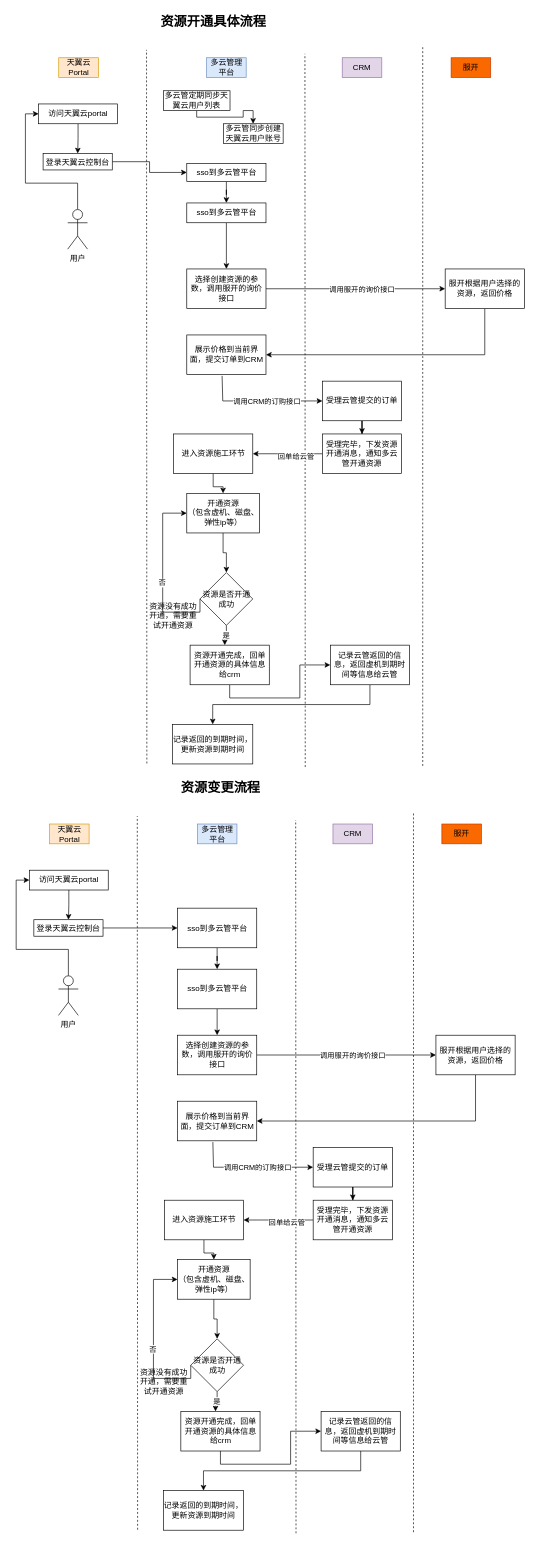
Before: CTyun-bak.drawio in link-yuml/diagrams, a draw.io diagram. Source tidied: cells renumbered, new cells numbered last; positions are measured from the earlier drawing's top-left corner, leaving out a move shared by most shapes. Both pictures are drawn from the tidied source at 66%, with x=0, y=0 at pixel (16, 11).
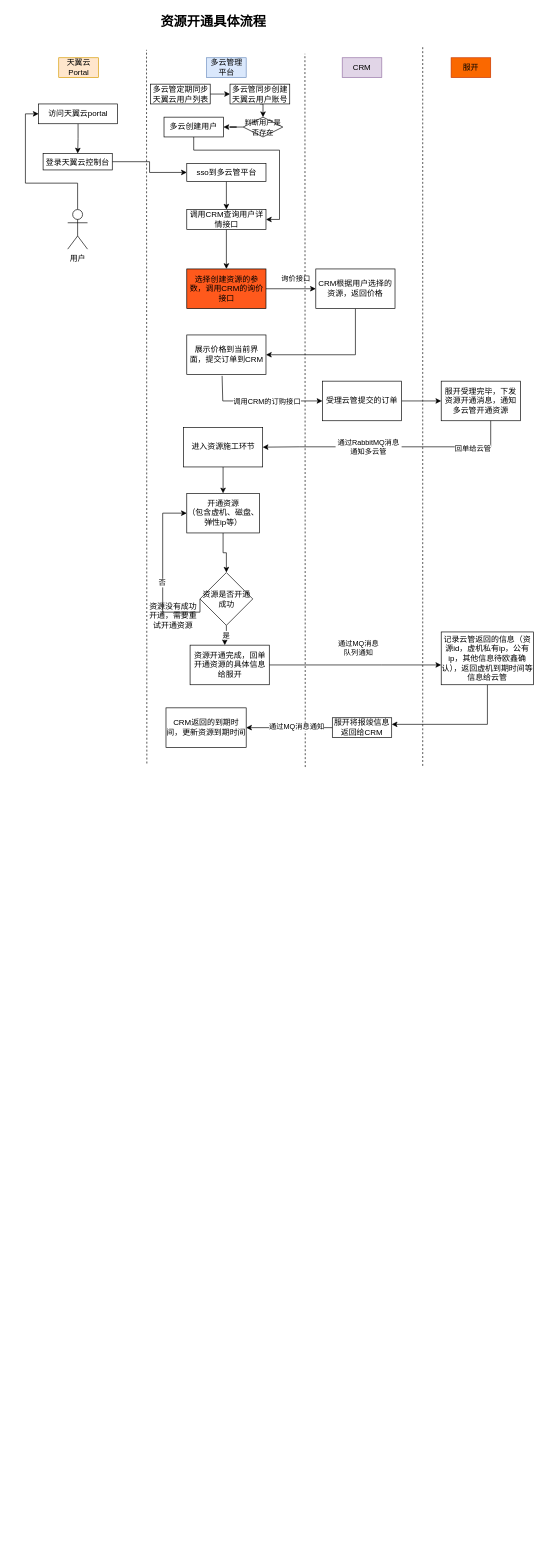
After the change.

The change refers to these unchanged cells:
```xml
<mxCell id="17" style="edgeStyle=orthogonalEdgeStyle;rounded=0;jettySize=auto;html=1;" parent="1" edge="1" source="19" target="27">
  <mxGeometry relative="1" as="geometry" />
</mxCell>
```

Diff of the diagram source:
```diff
@@
-    <mxCell id="16" value="sso到多云管平台" style="rounded=0;whiteSpace=wrap;html=1;" parent="1" vertex="1">
-      <mxGeometry x="258.5" y="290" width="120" height="30" as="geometry" />
+    <mxCell id="16" value="调用CRM查询用户详情接口" style="rounded=0;whiteSpace=wrap;html=1;" parent="1" vertex="1">
+      <mxGeometry x="258.5" y="300" width="120" height="30" as="geometry" />
     </mxCell>
@@
-    <mxCell id="18" value="调用服开的询价接口" style="edgeLabel;html=1;align=center;verticalAlign=middle;" parent="17" vertex="1">
-      <mxGeometry x="-0.21" relative="1" as="geometry">
-        <mxPoint x="38" as="offset" />
-      </mxGeometry>
-    </mxCell>
-    <mxCell id="19" value="选择创建资源的参数，调用服开的询价接口" style="rounded=0;whiteSpace=wrap;html=1;" parent="1" vertex="1">
+    <mxCell id="19" value="选择创建资源的参数，调用CRM的询价接口" style="rounded=0;whiteSpace=wrap;html=1;fillColor=#FF591C;" parent="1" vertex="1">
       <mxGeometry x="258.5" y="390" width="120" height="60" as="geometry" />
     </mxCell>
@@
-    <mxCell id="27" value="服开根据用户选择的资源，返回价格" style="rounded=0;whiteSpace=wrap;html=1;" parent="1" vertex="1">
-      <mxGeometry x="650" y="390" width="120" height="60" as="geometry" />
+    <mxCell id="27" value="CRM根据用户选择的资源，返回价格" style="rounded=0;whiteSpace=wrap;html=1;" parent="1" vertex="1">
+      <mxGeometry x="454" y="390" width="120" height="60" as="geometry" />
     </mxCell>
@@
-    <mxCell id="30" style="edgeStyle=orthogonalEdgeStyle;rounded=0;jettySize=auto;html=1;entryX=1;entryY=0.5;entryDx=0;entryDy=0;" parent="1" edge="1" source="32" target="34">
+    <mxCell id="30" style="edgeStyle=orthogonalEdgeStyle;rounded=0;jettySize=auto;html=1;entryX=1;entryY=0.5;entryDx=0;entryDy=0;startArrow=none;" parent="1" edge="1" source="103" target="34">
       <mxGeometry relative="1" as="geometry" />
     </mxCell>
-    <mxCell id="31" value="回单给云管" style="edgeLabel;html=1;align=center;verticalAlign=middle;" parent="30" vertex="1">
-      <mxGeometry x="-0.23" y="3" relative="1" as="geometry" />
-    </mxCell>
-    <mxCell id="32" value="受理完毕，下发资源开通消息，通知多云管开通资源" style="rounded=0;whiteSpace=wrap;html=1;" parent="1" vertex="1">
-      <mxGeometry x="464" y="640" width="120" height="60" as="geometry" />
+    <mxCell id="32" value="服开受理完毕，下发资源开通消息，通知多云管开通资源" style="rounded=0;whiteSpace=wrap;html=1;" parent="1" vertex="1">
+      <mxGeometry x="644" y="560" width="120" height="60" as="geometry" />
     </mxCell>
@@
     <mxCell id="34" value="进入资源施工环节" style="rounded=0;whiteSpace=wrap;html=1;" parent="1" vertex="1">
-      <mxGeometry x="238.5" y="640" width="120" height="60" as="geometry" />
+      <mxGeometry x="253.5" y="630" width="120" height="60" as="geometry" />
     </mxCell>
@@
-    <mxCell id="37" style="edgeStyle=orthogonalEdgeStyle;rounded=0;jettySize=auto;html=1;exitX=0.5;exitY=1;exitDx=0;exitDy=0;" parent="1" edge="1" source="38" target="46">
-      <mxGeometry relative="1" as="geometry" />
+    <mxCell id="37" style="edgeStyle=orthogonalEdgeStyle;rounded=0;jettySize=auto;html=1;exitX=1;exitY=0.5;exitDx=0;exitDy=0;" parent="1" edge="1" source="38" target="46">
+      <mxGeometry relative="1" as="geometry">
+        <Array as="points">
+          <mxPoint x="554" y="990" />
+          <mxPoint x="554" y="990" />
+        </Array>
+      </mxGeometry>
     </mxCell>
-    <mxCell id="38" value="资源开通完成，回单开通资源的具体信息&lt;br&gt;给crm" style="rounded=0;whiteSpace=wrap;html=1;" parent="1" vertex="1">
+    <mxCell id="38" value="资源开通完成，回单开通资源的具体信息&lt;br&gt;给服开" style="rounded=0;whiteSpace=wrap;html=1;" parent="1" vertex="1">
       <mxGeometry x="263.5" y="960" width="120" height="60" as="geometry" />
     </mxCell>
@@
-    <mxCell id="45" style="edgeStyle=orthogonalEdgeStyle;rounded=0;jettySize=auto;html=1;exitX=0.5;exitY=1;exitDx=0;exitDy=0;" parent="1" edge="1" source="46" target="47">
-      <mxGeometry relative="1" as="geometry" />
-    </mxCell>
+    <mxCell id="97" style="edgeStyle=orthogonalEdgeStyle;rounded=0;jettySize=auto;html=1;fontSize=11;" parent="1" edge="1" source="46" target="108">
+      <mxGeometry relative="1" as="geometry">
+        <Array as="points">
+          <mxPoint x="714" y="1080" />
+        </Array>
+      </mxGeometry>
+    </mxCell>
-    <mxCell id="46" value="记录云管返回的信息，返回虚机到期时间等信息给云管" style="rounded=0;whiteSpace=wrap;html=1;" parent="1" vertex="1">
-      <mxGeometry x="476" y="960" width="120" height="60" as="geometry" />
+    <mxCell id="46" value="记录云管返回的信息（资源id，虚机私有ip，公有ip，其他信息待欧鑫确认），返回虚机到期时间等信息给云管" style="rounded=0;whiteSpace=wrap;html=1;" parent="1" vertex="1">
+      <mxGeometry x="644" y="940" width="140" height="80" as="geometry" />
     </mxCell>
-    <mxCell id="47" value="记录返回的到期时间，更新资源到期时间" style="rounded=0;whiteSpace=wrap;html=1;" parent="1" vertex="1">
-      <mxGeometry x="237" y="1080" width="121.5" height="60" as="geometry" />
+    <mxCell id="47" value="CRM返回的到期时间，更新资源到期时间" style="rounded=0;whiteSpace=wrap;html=1;" parent="1" vertex="1">
+      <mxGeometry x="227" y="1055" width="121.5" height="60" as="geometry" />
     </mxCell>
-    <mxCell id="48" style="endArrow=none;dashed=1;html=1;rounded=0;" parent="1" edge="1">
-      <mxGeometry relative="1" as="geometry">
-        <mxPoint x="184" y="2300.3" as="sourcePoint" />
-        <mxPoint x="183.5" y="1219" as="targetPoint" />
-      </mxGeometry>
-    </mxCell>
-    <mxCell id="49" style="endArrow=none;dashed=1;html=1;rounded=0;" parent="1" edge="1">
-      <mxGeometry relative="1" as="geometry">
-        <mxPoint x="424" y="2305.7" as="sourcePoint" />
-        <mxPoint x="423.5" y="1225" as="targetPoint" />
-      </mxGeometry>
-    </mxCell>
-    <mxCell id="50" value="天翼云Portal" style="text;html=1;strokeColor=#d79b00;fillColor=#ffe6cc;align=center;verticalAlign=middle;whiteSpace=wrap;rounded=0;" parent="1" vertex="1">
-      <mxGeometry x="50.5" y="1231" width="60" height="30" as="geometry" />
-    </mxCell>
-    <mxCell id="51" value="多云管理平台" style="text;html=1;strokeColor=#6c8ebf;fillColor=#dae8fc;align=center;verticalAlign=middle;whiteSpace=wrap;rounded=0;" parent="1" vertex="1">
-      <mxGeometry x="274.5" y="1231" width="60" height="30" as="geometry" />
-    </mxCell>
-    <mxCell id="52" value="&lt;b&gt;&lt;font style=&quot;font-size: 20px&quot;&gt;资源变更流程&lt;/font&gt;&lt;/b&gt;" style="text;html=1;strokeColor=none;fillColor=none;align=center;verticalAlign=middle;whiteSpace=wrap;rounded=0;" parent="1" vertex="1">
-      <mxGeometry x="214.5" y="1160" width="190" height="30" as="geometry" />
-    </mxCell>
-    <mxCell id="53" style="edgeStyle=orthogonalEdgeStyle;rounded=0;jettySize=auto;html=1;entryX=0;entryY=0.5;entryDx=0;entryDy=0;" parent="1" edge="1" source="54" target="56">
-      <mxGeometry relative="1" as="geometry">
-        <Array as="points">
-          <mxPoint x="79" y="1421" />
-          <mxPoint y="1421" />
-          <mxPoint y="1316" />
-        </Array>
-      </mxGeometry>
-    </mxCell>
-    <mxCell id="54" value="用户" style="shape=umlActor;verticalLabelPosition=bottom;verticalAlign=top;html=1;outlineConnect=0;" parent="1" vertex="1">
-      <mxGeometry x="64.1" y="1461" width="30" height="60" as="geometry" />
-    </mxCell>
-    <mxCell id="55" style="edgeStyle=orthogonalEdgeStyle;rounded=0;jettySize=auto;html=1;" parent="1" edge="1" source="56" target="58">
-      <mxGeometry relative="1" as="geometry" />
-    </mxCell>
-    <mxCell id="56" value="&lt;div&gt;&lt;span&gt;访问天翼云portal&lt;/span&gt;&lt;/div&gt;" style="whiteSpace=wrap;html=1;verticalAlign=top;align=center;" parent="1" vertex="1">
-      <mxGeometry x="20" y="1301" width="119.5" height="30" as="geometry" />
-    </mxCell>
-    <mxCell id="57" style="edgeStyle=orthogonalEdgeStyle;rounded=0;jettySize=auto;html=1;entryX=0;entryY=0.5;entryDx=0;entryDy=0;" parent="1" edge="1" source="58" target="60">
-      <mxGeometry relative="1" as="geometry" />
-    </mxCell>
-    <mxCell id="58" value="登录天翼云控制台" style="whiteSpace=wrap;html=1;verticalAlign=top;align=center;" parent="1" vertex="1">
-      <mxGeometry x="26.8" y="1376" width="104.8" height="25" as="geometry" />
-    </mxCell>
-    <mxCell id="59" style="edgeStyle=orthogonalEdgeStyle;rounded=0;jettySize=auto;html=1;" parent="1" edge="1" source="60" target="62">
-      <mxGeometry relative="1" as="geometry" />
-    </mxCell>
-    <mxCell id="60" value="sso到多云管平台" style="rounded=0;whiteSpace=wrap;html=1;" parent="1" vertex="1">
-      <mxGeometry x="244.5" y="1358.5" width="120" height="60" as="geometry" />
-    </mxCell>
-    <mxCell id="61" style="edgeStyle=orthogonalEdgeStyle;rounded=0;jettySize=auto;html=1;" parent="1" edge="1" source="62" target="65">
-      <mxGeometry relative="1" as="geometry" />
-    </mxCell>
-    <mxCell id="62" value="sso到多云管平台" style="rounded=0;whiteSpace=wrap;html=1;" parent="1" vertex="1">
-      <mxGeometry x="244.5" y="1451" width="120" height="60" as="geometry" />
-    </mxCell>
-    <mxCell id="63" style="edgeStyle=orthogonalEdgeStyle;rounded=0;jettySize=auto;html=1;" parent="1" edge="1" source="65" target="73">
-      <mxGeometry relative="1" as="geometry" />
-    </mxCell>
-    <mxCell id="64" value="调用服开的询价接口" style="edgeLabel;html=1;align=center;verticalAlign=middle;" parent="63" vertex="1">
-      <mxGeometry x="-0.21" relative="1" as="geometry">
-        <mxPoint x="38" as="offset" />
-      </mxGeometry>
-    </mxCell>
-    <mxCell id="65" value="选择创建资源的参数，调用服开的询价接口" style="rounded=0;whiteSpace=wrap;html=1;" parent="1" vertex="1">
-      <mxGeometry x="244.5" y="1551" width="120" height="60" as="geometry" />
-    </mxCell>
-    <mxCell id="66" value="CRM" style="text;html=1;strokeColor=#9673a6;fillColor=#e1d5e7;align=center;verticalAlign=middle;whiteSpace=wrap;rounded=0;" parent="1" vertex="1">
-      <mxGeometry x="480" y="1231" width="60" height="30" as="geometry" />
-    </mxCell>
-    <mxCell id="67" value="服开" style="text;html=1;strokeColor=#C73500;fillColor=#fa6800;align=center;verticalAlign=middle;whiteSpace=wrap;rounded=0;fontColor=#000000;" parent="1" vertex="1">
-      <mxGeometry x="645" y="1231" width="60" height="30" as="geometry" />
-    </mxCell>
-    <mxCell id="68" style="endArrow=none;dashed=1;html=1;rounded=0;" parent="1" edge="1">
-      <mxGeometry relative="1" as="geometry">
-        <mxPoint x="602" y="2304" as="sourcePoint" />
-        <mxPoint x="602" y="1214" as="targetPoint" />
-      </mxGeometry>
-    </mxCell>
-    <mxCell id="69" style="edgeStyle=orthogonalEdgeStyle;rounded=0;jettySize=auto;html=1;entryX=0;entryY=0.5;entryDx=0;entryDy=0;exitX=0.446;exitY=1.033;exitDx=0;exitDy=0;exitPerimeter=0;" parent="1" edge="1" source="71" target="75">
-      <mxGeometry relative="1" as="geometry">
-        <Array as="points">
-          <mxPoint x="299" y="1751" />
-        </Array>
-      </mxGeometry>
-    </mxCell>
-    <mxCell id="70" value="调用CRM的订购接口" style="edgeLabel;html=1;align=center;verticalAlign=middle;" parent="69" vertex="1">
-      <mxGeometry x="-0.04" y="-2" relative="1" as="geometry">
-        <mxPoint x="14" y="-2" as="offset" />
-      </mxGeometry>
-    </mxCell>
-    <mxCell id="71" value="展示价格到当前界面，提交订单到CRM" style="rounded=0;whiteSpace=wrap;html=1;" parent="1" vertex="1">
-      <mxGeometry x="244.5" y="1651" width="120" height="60" as="geometry" />
-    </mxCell>
-    <mxCell id="72" style="edgeStyle=orthogonalEdgeStyle;rounded=0;jettySize=auto;html=1;entryX=1;entryY=0.5;entryDx=0;entryDy=0;exitX=0.5;exitY=1;exitDx=0;exitDy=0;" parent="1" edge="1" source="73" target="71">
-      <mxGeometry relative="1" as="geometry" />
-    </mxCell>
-    <mxCell id="73" value="服开根据用户选择的资源，返回价格" style="rounded=0;whiteSpace=wrap;html=1;" parent="1" vertex="1">
-      <mxGeometry x="636" y="1551" width="120" height="60" as="geometry" />
-    </mxCell>
-    <mxCell id="74" style="edgeStyle=orthogonalEdgeStyle;rounded=0;jettySize=auto;html=1;" parent="1" edge="1" source="75" target="78">
-      <mxGeometry relative="1" as="geometry" />
-    </mxCell>
-    <mxCell id="75" value="受理云管提交的订单" style="rounded=0;whiteSpace=wrap;html=1;" parent="1" vertex="1">
-      <mxGeometry x="450" y="1721" width="120" height="60" as="geometry" />
-    </mxCell>
-    <mxCell id="76" style="edgeStyle=orthogonalEdgeStyle;rounded=0;jettySize=auto;html=1;entryX=1;entryY=0.5;entryDx=0;entryDy=0;" parent="1" edge="1" source="78" target="80">
-      <mxGeometry relative="1" as="geometry" />
-    </mxCell>
-    <mxCell id="77" value="回单给云管" style="edgeLabel;html=1;align=center;verticalAlign=middle;" parent="76" vertex="1">
-      <mxGeometry x="-0.23" y="3" relative="1" as="geometry" />
-    </mxCell>
-    <mxCell id="78" value="受理完毕，下发资源开通消息，通知多云管开通资源" style="rounded=0;whiteSpace=wrap;html=1;" parent="1" vertex="1">
-      <mxGeometry x="450" y="1801" width="120" height="60" as="geometry" />
-    </mxCell>
-    <mxCell id="79" style="edgeStyle=orthogonalEdgeStyle;rounded=0;jettySize=auto;html=1;entryX=0.5;entryY=0;entryDx=0;entryDy=0;" parent="1" edge="1" source="80" target="82">
-      <mxGeometry relative="1" as="geometry" />
-    </mxCell>
-    <mxCell id="80" value="进入资源施工环节" style="rounded=0;whiteSpace=wrap;html=1;" parent="1" vertex="1">
-      <mxGeometry x="224.5" y="1801" width="120" height="60" as="geometry" />
-    </mxCell>
-    <mxCell id="81" style="edgeStyle=orthogonalEdgeStyle;rounded=0;jettySize=auto;html=1;entryX=0.5;entryY=0;entryDx=0;entryDy=0;" parent="1" edge="1" source="82" target="89">
-      <mxGeometry relative="1" as="geometry" />
-    </mxCell>
-    <mxCell id="82" value="开通资源&lt;br&gt;（包含虚机、磁盘、弹性ip等）" style="rounded=0;whiteSpace=wrap;html=1;" parent="1" vertex="1">
-      <mxGeometry x="244.5" y="1891" width="110" height="60" as="geometry" />
-    </mxCell>
-    <mxCell id="83" style="edgeStyle=orthogonalEdgeStyle;rounded=0;jettySize=auto;html=1;exitX=0.5;exitY=1;exitDx=0;exitDy=0;" parent="1" edge="1" source="84" target="92">
-      <mxGeometry relative="1" as="geometry" />
-    </mxCell>
-    <mxCell id="84" value="资源开通完成，回单开通资源的具体信息&lt;br&gt;给crm" style="rounded=0;whiteSpace=wrap;html=1;" parent="1" vertex="1">
-      <mxGeometry x="249.5" y="2121" width="120" height="60" as="geometry" />
-    </mxCell>
-    <mxCell id="85" style="edgeStyle=orthogonalEdgeStyle;rounded=0;jettySize=auto;html=1;entryX=0.438;entryY=0;entryDx=0;entryDy=0;entryPerimeter=0;" parent="1" edge="1" source="89" target="84">
-      <mxGeometry relative="1" as="geometry" />
-    </mxCell>
-    <mxCell id="86" value="是" style="edgeLabel;html=1;align=center;verticalAlign=middle;" parent="85" vertex="1">
-      <mxGeometry x="-0.12" y="-1" relative="1" as="geometry" />
-    </mxCell>
-    <mxCell id="87" style="edgeStyle=orthogonalEdgeStyle;rounded=0;jettySize=auto;html=1;exitX=0;exitY=0.5;exitDx=0;exitDy=0;entryX=0;entryY=0.5;entryDx=0;entryDy=0;" parent="1" edge="1" source="89" target="82">
-      <mxGeometry relative="1" as="geometry">
-        <Array as="points">
-          <mxPoint x="208" y="2071" />
-          <mxPoint x="208" y="1921" />
-        </Array>
-      </mxGeometry>
-    </mxCell>
-    <mxCell id="88" value="否" style="edgeLabel;html=1;align=center;verticalAlign=middle;" parent="87" vertex="1">
-      <mxGeometry x="-0.07" y="2" relative="1" as="geometry">
-        <mxPoint y="1" as="offset" />
-      </mxGeometry>
-    </mxCell>
-    <mxCell id="89" value="资源是否开通成功" style="rhombus;whiteSpace=wrap;html=1;" parent="1" vertex="1">
-      <mxGeometry x="264.5" y="2011" width="80" height="80" as="geometry" />
-    </mxCell>
-    <mxCell id="90" value="资源没有成功开通，需要重试开通资源" style="text;html=1;strokeColor=none;fillColor=none;align=center;verticalAlign=middle;whiteSpace=wrap;rounded=0;" parent="1" vertex="1">
-      <mxGeometry x="182.5" y="2061" width="82" height="30" as="geometry" />
-    </mxCell>
-    <mxCell id="91" style="edgeStyle=orthogonalEdgeStyle;rounded=0;jettySize=auto;html=1;exitX=0.5;exitY=1;exitDx=0;exitDy=0;" parent="1" edge="1" source="92" target="93">
-      <mxGeometry relative="1" as="geometry" />
-    </mxCell>
-    <mxCell id="92" value="记录云管返回的信息，返回虚机到期时间等信息给云管" style="rounded=0;whiteSpace=wrap;html=1;" parent="1" vertex="1">
-      <mxGeometry x="462" y="2121" width="120" height="60" as="geometry" />
-    </mxCell>
-    <mxCell id="93" value="记录返回的到期时间，更新资源到期时间" style="rounded=0;whiteSpace=wrap;html=1;" parent="1" vertex="1">
-      <mxGeometry x="223" y="2241" width="121.5" height="60" as="geometry" />
-    </mxCell>
-    <mxCell id="94" style="edgeStyle=orthogonalEdgeStyle;rounded=0;jettySize=auto;html=1;" parent="1" edge="1" source="95" target="96">
-      <mxGeometry relative="1" as="geometry">
-        <Array as="points">
-          <mxPoint x="274" y="160" />
-          <mxPoint x="344" y="160" />
-          <mxPoint x="344" y="150" />
-          <mxPoint x="359" y="150" />
-        </Array>
-      </mxGeometry>
+    <mxCell id="94" style="edgeStyle=orthogonalEdgeStyle;rounded=0;jettySize=auto;html=1;exitX=1;exitY=0.5;exitDx=0;exitDy=0;entryX=0;entryY=0.5;entryDx=0;entryDy=0;" parent="1" edge="1" source="95" target="96">
+      <mxGeometry relative="1" as="geometry" />
     </mxCell>
     <mxCell id="95" value="多云管定期同步天翼云用户列表" style="rounded=0;whiteSpace=wrap;html=1;" parent="1" vertex="1">
-      <mxGeometry x="223" y="120" width="101" height="30" as="geometry" />
+      <mxGeometry x="203.5" y="110" width="90.5" height="30" as="geometry" />
     </mxCell>
+    <mxCell id="98" style="edgeStyle=orthogonalEdgeStyle;rounded=0;jettySize=auto;html=1;exitX=0.5;exitY=1;exitDx=0;exitDy=0;entryX=0.5;entryY=0;entryDx=0;entryDy=0;fontSize=11;" parent="1" edge="1" source="96" target="100">
+      <mxGeometry relative="1" as="geometry" />
+    </mxCell>
     <mxCell id="96" value="多云管同步创建天翼云用户账号" style="rounded=0;whiteSpace=wrap;html=1;" parent="1" vertex="1">
-      <mxGeometry x="314" y="170" width="90.5" height="30" as="geometry" />
+      <mxGeometry x="324" y="110" width="90.5" height="30" as="geometry" />
     </mxCell>
+    <mxCell id="99" style="edgeStyle=orthogonalEdgeStyle;rounded=0;jettySize=auto;html=1;fontSize=11;" parent="1" edge="1" source="100" target="102">
+      <mxGeometry relative="1" as="geometry" />
+    </mxCell>
+    <mxCell id="100" value="&lt;font style=&quot;font-size: 11px&quot;&gt;判断用户是否存在&lt;/font&gt;" style="rhombus;whiteSpace=wrap;html=1;rounded=0;" parent="1" vertex="1">
+      <mxGeometry x="344" y="160" width="60" height="30" as="geometry" />
+    </mxCell>
+    <mxCell id="101" style="edgeStyle=orthogonalEdgeStyle;rounded=0;jettySize=auto;html=1;exitX=0.5;exitY=1;exitDx=0;exitDy=0;entryX=1;entryY=0.5;entryDx=0;entryDy=0;fontSize=11;" parent="1" edge="1" source="102" target="16">
+      <mxGeometry relative="1" as="geometry">
+        <Array as="points">
+          <mxPoint x="269" y="210" />
+          <mxPoint x="399" y="210" />
+          <mxPoint x="399" y="315" />
+        </Array>
+      </mxGeometry>
+    </mxCell>
+    <mxCell id="102" value="多云创建用户" style="whiteSpace=wrap;html=1;rounded=0;" parent="1" vertex="1">
+      <mxGeometry x="224" y="160" width="90" height="30" as="geometry" />
+    </mxCell>
+    <mxCell id="103" value="通过RabbitMQ消息通知多云管" style="text;html=1;strokeColor=none;fillColor=none;align=center;verticalAlign=middle;whiteSpace=wrap;rounded=0;fontSize=11;" parent="1" vertex="1">
+      <mxGeometry x="484" y="647" width="100" height="25" as="geometry" />
+    </mxCell>
+    <mxCell id="104" style="edgeStyle=orthogonalEdgeStyle;rounded=0;jettySize=auto;html=1;entryX=1;entryY=0.5;entryDx=0;entryDy=0;endArrow=none;" parent="1" edge="1" source="32" target="103">
+      <mxGeometry relative="1" as="geometry">
+        <Array as="points">
+          <mxPoint x="719" y="660" />
+        </Array>
+      </mxGeometry>
+    </mxCell>
+    <mxCell id="105" value="回单给云管" style="edgeLabel;html=1;align=center;verticalAlign=middle;" parent="104" vertex="1">
+      <mxGeometry x="-0.23" y="3" relative="1" as="geometry" />
+    </mxCell>
+    <mxCell id="106" style="edgeStyle=orthogonalEdgeStyle;rounded=0;jettySize=auto;html=1;exitX=0;exitY=0.5;exitDx=0;exitDy=0;entryX=1;entryY=0.5;entryDx=0;entryDy=0;fontSize=11;" parent="1" edge="1" source="108" target="47">
+      <mxGeometry relative="1" as="geometry" />
+    </mxCell>
+    <mxCell id="107" value="通过MQ消息通知" style="edgeLabel;html=1;align=center;verticalAlign=middle;fontSize=11;" parent="106" vertex="1">
+      <mxGeometry x="-0.16" y="-2" relative="1" as="geometry" />
+    </mxCell>
+    <mxCell id="108" value="服开将报竣信息返回给CRM" style="rounded=0;whiteSpace=wrap;html=1;" parent="1" vertex="1">
+      <mxGeometry x="479" y="1070" width="90" height="30" as="geometry" />
+    </mxCell>
+    <mxCell id="109" value="询价接口" style="text;html=1;strokeColor=none;fillColor=none;align=center;verticalAlign=middle;whiteSpace=wrap;rounded=0;fontSize=11;" parent="1" vertex="1">
+      <mxGeometry x="393.5" y="390" width="60" height="30" as="geometry" />
+    </mxCell>
+    <mxCell id="110" value="通过MQ消息队列通知" style="text;html=1;strokeColor=none;fillColor=none;align=center;verticalAlign=middle;whiteSpace=wrap;rounded=0;fontSize=11;" parent="1" vertex="1">
+      <mxGeometry x="484" y="950" width="70" height="30" as="geometry" />
+    </mxCell>
```
